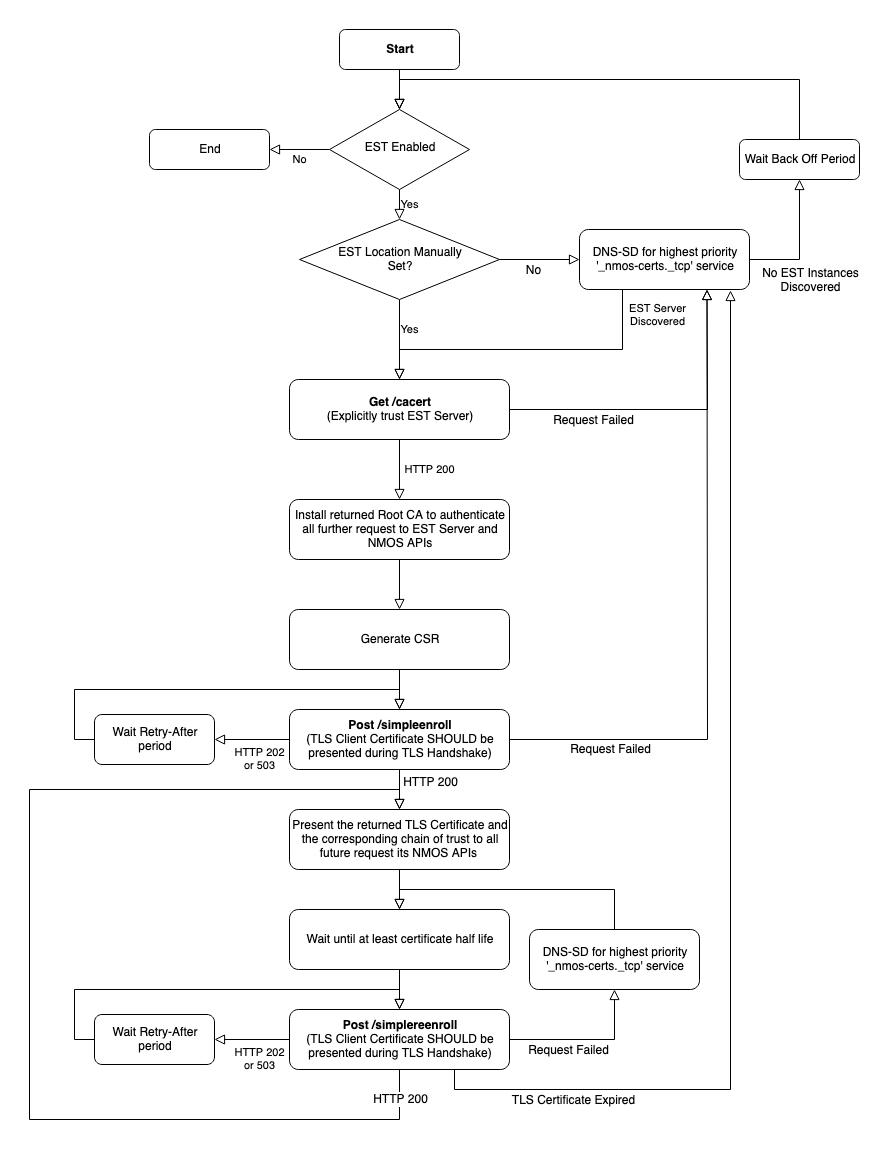
Above: images/nmos_est_workflow.png in AMWA-TV/bcp-003 (draw.io), before the change. Source tidied: cells renumbered, new cells last; positions are measured from the earlier drawing's top-left corner, leaving out a move shared by most shapes.
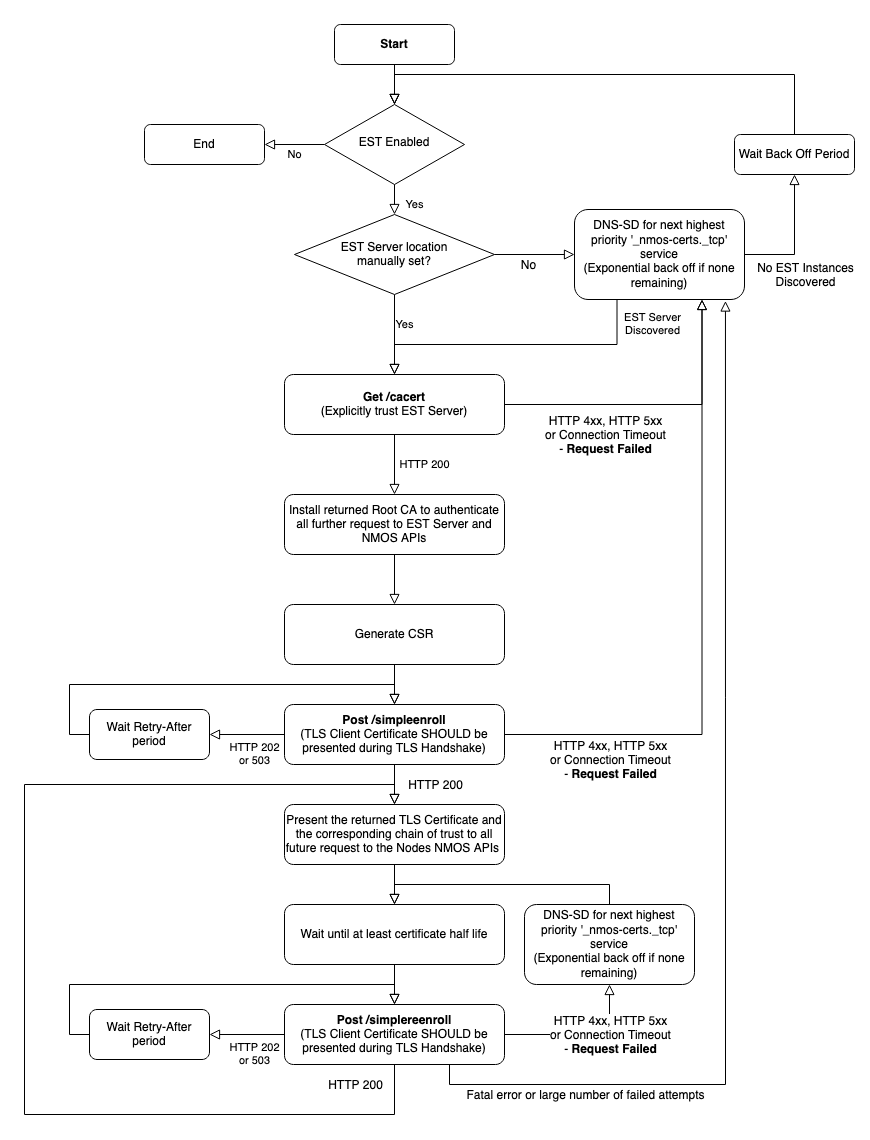
After the change.

Commit message:
EST: Prepare BCP for elevation

The edit, as a diff of the source:
```diff
@@ -23,16 +23,16 @@
     <mxCell id="8" value="Yes" style="rounded=0;html=1;jettySize=auto;fontSize=11;endArrow=block;endFill=0;endSize=8;strokeWidth=1;shadow=0;labelBackgroundColor=none;edgeStyle=orthogonalEdgeStyle;exitX=0.5;exitY=1;exitDx=0;exitDy=0;" parent="1" edge="1" source="9" target="7">
       <mxGeometry x="-0.25" y="10" relative="1" as="geometry" />
     </mxCell>
-    <mxCell id="9" value="&lt;div&gt;EST Location Manually &lt;br&gt;&lt;/div&gt;&lt;div&gt;Set?&lt;/div&gt;" style="rhombus;whiteSpace=wrap;html=1;" parent="1" vertex="1">
+    <mxCell id="9" value="&lt;div&gt;EST Server location&lt;/div&gt;&lt;div&gt;manually set?&lt;/div&gt;" style="rhombus;whiteSpace=wrap;html=1;" parent="1" vertex="1">
       <mxGeometry x="270" y="190" width="200" height="80" as="geometry" />
     </mxCell>
     <mxCell id="10" value="Yes" style="rounded=0;html=1;jettySize=auto;fontSize=11;endArrow=block;endFill=0;endSize=8;strokeWidth=1;shadow=0;labelBackgroundColor=none;edgeStyle=orthogonalEdgeStyle;exitX=0.5;exitY=1;exitDx=0;exitDy=0;" parent="1" edge="1" source="5">
-      <mxGeometry y="10" relative="1" as="geometry">
+      <mxGeometry x="0.33" y="20" relative="1" as="geometry">
         <mxPoint x="370" y="190" as="targetPoint" />
       </mxGeometry>
     </mxCell>
-    <mxCell id="11" value="DNS-SD for highest priority '_nmos-certs._tcp' service" style="rounded=1;whiteSpace=wrap;html=1;" parent="1" vertex="1">
-      <mxGeometry x="550" y="200" width="170" height="60" as="geometry" />
+    <mxCell id="11" value="&lt;div&gt;DNS-SD for next highest priority '_nmos-certs._tcp' service&lt;/div&gt;&lt;div&gt;(Exponential back off if none remaining)&lt;br&gt;&lt;/div&gt;" style="rounded=1;whiteSpace=wrap;html=1;" parent="1" vertex="1">
+      <mxGeometry x="550" y="185" width="170" height="90" as="geometry" />
     </mxCell>
     <mxCell id="12" style="rounded=0;html=1;jettySize=auto;fontSize=11;endArrow=block;endFill=0;endSize=8;strokeWidth=1;shadow=0;labelBackgroundColor=none;edgeStyle=orthogonalEdgeStyle;entryX=0;entryY=0.5;entryDx=0;entryDy=0;exitX=1;exitY=0.5;exitDx=0;exitDy=0;" parent="1" edge="1" source="9" target="11">
       <mxGeometry relative="1" as="geometry" />
@@ -72,9 +72,9 @@
     <mxCell id="19" style="rounded=0;html=1;jettySize=auto;fontSize=11;endArrow=block;endFill=0;endSize=8;strokeWidth=1;shadow=0;labelBackgroundColor=none;edgeStyle=orthogonalEdgeStyle;entryX=0.75;entryY=1;entryDx=0;entryDy=0;exitX=1;exitY=0.5;exitDx=0;exitDy=0;" parent="1" edge="1" source="7" target="11">
       <mxGeometry relative="1" as="geometry" />
     </mxCell>
-    <mxCell id="20" value="Request Failed" style="text;html=1;align=center;verticalAlign=middle;labelBackgroundColor=#ffffff;" parent="19" vertex="1">
+    <mxCell id="20" value="&lt;div&gt;HTTP 4xx, HTTP 5xx&lt;/div&gt;&lt;div&gt;or Connection Timeout&lt;/div&gt;&lt;div&gt;- &lt;b&gt;Request Failed&lt;/b&gt;&lt;/div&gt;" style="text;html=1;align=center;verticalAlign=middle;labelBackgroundColor=#ffffff;" parent="19" vertex="1">
       <mxGeometry x="-0.17" y="-2" relative="1" as="geometry">
-        <mxPoint x="-48" y="8" as="offset" />
+        <mxPoint x="-25" y="28" as="offset" />
       </mxGeometry>
     </mxCell>
     <mxCell id="21" value="Install returned Root CA to authenticate all further request to EST Server and NMOS APIs" style="rounded=1;whiteSpace=wrap;html=1;" parent="1" vertex="1">
@@ -104,12 +104,12 @@
     <mxCell id="29" style="rounded=0;html=1;jettySize=auto;fontSize=11;endArrow=block;endFill=0;endSize=8;strokeWidth=1;shadow=0;labelBackgroundColor=none;edgeStyle=orthogonalEdgeStyle;exitX=1;exitY=0.5;exitDx=0;exitDy=0;entryX=0.75;entryY=1;entryDx=0;entryDy=0;" parent="1" edge="1" source="22" target="11">
       <mxGeometry relative="1" as="geometry" />
     </mxCell>
-    <mxCell id="30" value="Request Failed" style="text;html=1;align=center;verticalAlign=middle;labelBackgroundColor=#ffffff;" parent="29" vertex="1">
+    <mxCell id="30" value="&lt;div&gt;HTTP 4xx, HTTP 5xx&lt;/div&gt;&lt;div&gt;or Connection Timeout&lt;/div&gt;&lt;div&gt;- &lt;b&gt;Request Failed&lt;/b&gt;&lt;/div&gt;" style="text;html=1;align=center;verticalAlign=middle;labelBackgroundColor=#ffffff;" parent="29" vertex="1">
       <mxGeometry x="-0.17" y="-2" relative="1" as="geometry">
-        <mxPoint x="-99.9" y="79" as="offset" />
+        <mxPoint x="-94.5" y="88.5" as="offset" />
       </mxGeometry>
     </mxCell>
-    <mxCell id="31" value="Present the returned TLS Certificate and the corresponding chain of trust to all future request its NMOS APIs&amp;nbsp; " style="rounded=1;whiteSpace=wrap;html=1;" parent="1" vertex="1">
+    <mxCell id="31" value="Present the returned TLS Certificate and the corresponding chain of trust to all future request to the Nodes NMOS APIs&amp;nbsp; " style="rounded=1;whiteSpace=wrap;html=1;" parent="1" vertex="1">
       <mxGeometry x="260" y="780" width="220" height="60" as="geometry" />
     </mxCell>
     <mxCell id="32" style="rounded=0;html=1;jettySize=auto;fontSize=11;endArrow=block;endFill=0;endSize=8;strokeWidth=1;shadow=0;labelBackgroundColor=none;edgeStyle=orthogonalEdgeStyle;exitX=0.5;exitY=1;exitDx=0;exitDy=0;entryX=0.5;entryY=0;entryDx=0;entryDy=0;" parent="1" edge="1" source="22" target="31">
@@ -117,7 +117,7 @@
     </mxCell>
     <mxCell id="33" value="HTTP 200" style="text;html=1;align=center;verticalAlign=middle;labelBackgroundColor=#ffffff;" parent="32" vertex="1">
       <mxGeometry x="-0.4" y="3" relative="1" as="geometry">
-        <mxPoint x="27" as="offset" />
+        <mxPoint x="37" y="8" as="offset" />
       </mxGeometry>
     </mxCell>
     <mxCell id="34" value="Wait until at least certificate half life" style="rounded=1;whiteSpace=wrap;html=1;" parent="1" vertex="1">
@@ -150,8 +150,8 @@
         </Array>
       </mxGeometry>
     </mxCell>
-    <mxCell id="42" value="DNS-SD for highest priority '_nmos-certs._tcp' service" style="rounded=1;whiteSpace=wrap;html=1;" parent="1" vertex="1">
-      <mxGeometry x="500" y="900" width="170" height="60" as="geometry" />
+    <mxCell id="42" value="&lt;div&gt;DNS-SD for next highest priority '_nmos-certs._tcp' service&lt;/div&gt;&lt;div&gt;(Exponential back off if none remaining)&lt;br&gt;&lt;/div&gt;" style="rounded=1;whiteSpace=wrap;html=1;" parent="1" vertex="1">
+      <mxGeometry x="500" y="880" width="170" height="80" as="geometry" />
     </mxCell>
     <mxCell id="43" style="rounded=0;html=1;jettySize=auto;fontSize=11;endArrow=block;endFill=0;endSize=8;strokeWidth=1;shadow=0;labelBackgroundColor=none;edgeStyle=orthogonalEdgeStyle;exitX=1;exitY=0.5;exitDx=0;exitDy=0;entryX=0.5;entryY=1;entryDx=0;entryDy=0;" parent="1" edge="1" source="36" target="42">
       <mxGeometry x="0.33" y="20" relative="1" as="geometry">
@@ -160,9 +160,9 @@
         </Array>
       </mxGeometry>
     </mxCell>
-    <mxCell id="44" value="Request Failed" style="text;html=1;align=center;verticalAlign=middle;labelBackgroundColor=#ffffff;" parent="43" vertex="1">
+    <mxCell id="44" value="&lt;div&gt;HTTP 4xx, HTTP 5xx&lt;/div&gt;&lt;div&gt;or Connection Timeout&lt;/div&gt;&lt;div&gt;- &lt;b&gt;Request Failed&lt;/b&gt;&lt;/div&gt;" style="text;html=1;align=center;verticalAlign=middle;labelBackgroundColor=#ffffff;" parent="43" vertex="1">
       <mxGeometry x="-0.52" y="2" relative="1" as="geometry">
-        <mxPoint x="21" y="12" as="offset" />
+        <mxPoint x="68" y="2" as="offset" />
       </mxGeometry>
     </mxCell>
     <mxCell id="45" style="rounded=0;html=1;jettySize=auto;fontSize=11;endArrow=block;endFill=0;endSize=8;strokeWidth=1;shadow=0;labelBackgroundColor=none;edgeStyle=orthogonalEdgeStyle;exitX=0.5;exitY=1;exitDx=0;exitDy=0;entryX=0.5;entryY=0;entryDx=0;entryDy=0;" parent="1" edge="1" source="36" target="31">
@@ -176,7 +176,9 @@
       </mxGeometry>
     </mxCell>
     <mxCell id="46" value="HTTP 200" style="text;html=1;align=center;verticalAlign=middle;labelBackgroundColor=#ffffff;" parent="45" vertex="1">
-      <mxGeometry x="-0.95" relative="1" as="geometry" />
+      <mxGeometry x="-0.95" relative="1" as="geometry">
+        <mxPoint x="-40" y="-9" as="offset" />
+      </mxGeometry>
     </mxCell>
     <mxCell id="47" style="rounded=0;html=1;jettySize=auto;fontSize=11;endArrow=block;endFill=0;endSize=8;strokeWidth=1;shadow=0;labelBackgroundColor=none;edgeStyle=orthogonalEdgeStyle;exitX=0.75;exitY=1;exitDx=0;exitDy=0;entryX=0.888;entryY=1.017;entryDx=0;entryDy=0;entryPerimeter=0;" parent="1" edge="1" source="36" target="11">
       <mxGeometry x="0.33" y="20" relative="1" as="geometry">
@@ -186,9 +188,9 @@
         </Array>
       </mxGeometry>
     </mxCell>
-    <mxCell id="48" value="TLS Certificate Expired" style="text;html=1;align=center;verticalAlign=middle;labelBackgroundColor=#ffffff;" parent="47" vertex="1">
+    <mxCell id="48" value="Fatal error or large number of failed attempts" style="text;html=1;align=center;verticalAlign=middle;labelBackgroundColor=#ffffff;" parent="47" vertex="1">
       <mxGeometry x="-0.76" y="-1" relative="1" as="geometry">
-        <mxPoint x="5" y="9" as="offset" />
+        <mxPoint x="24" y="9" as="offset" />
       </mxGeometry>
     </mxCell>
     <mxCell id="49" value="&lt;b&gt;Start&lt;/b&gt;" style="rounded=1;whiteSpace=wrap;html=1;fontSize=12;glass=0;strokeWidth=1;shadow=0;" parent="1" vertex="1">
```
